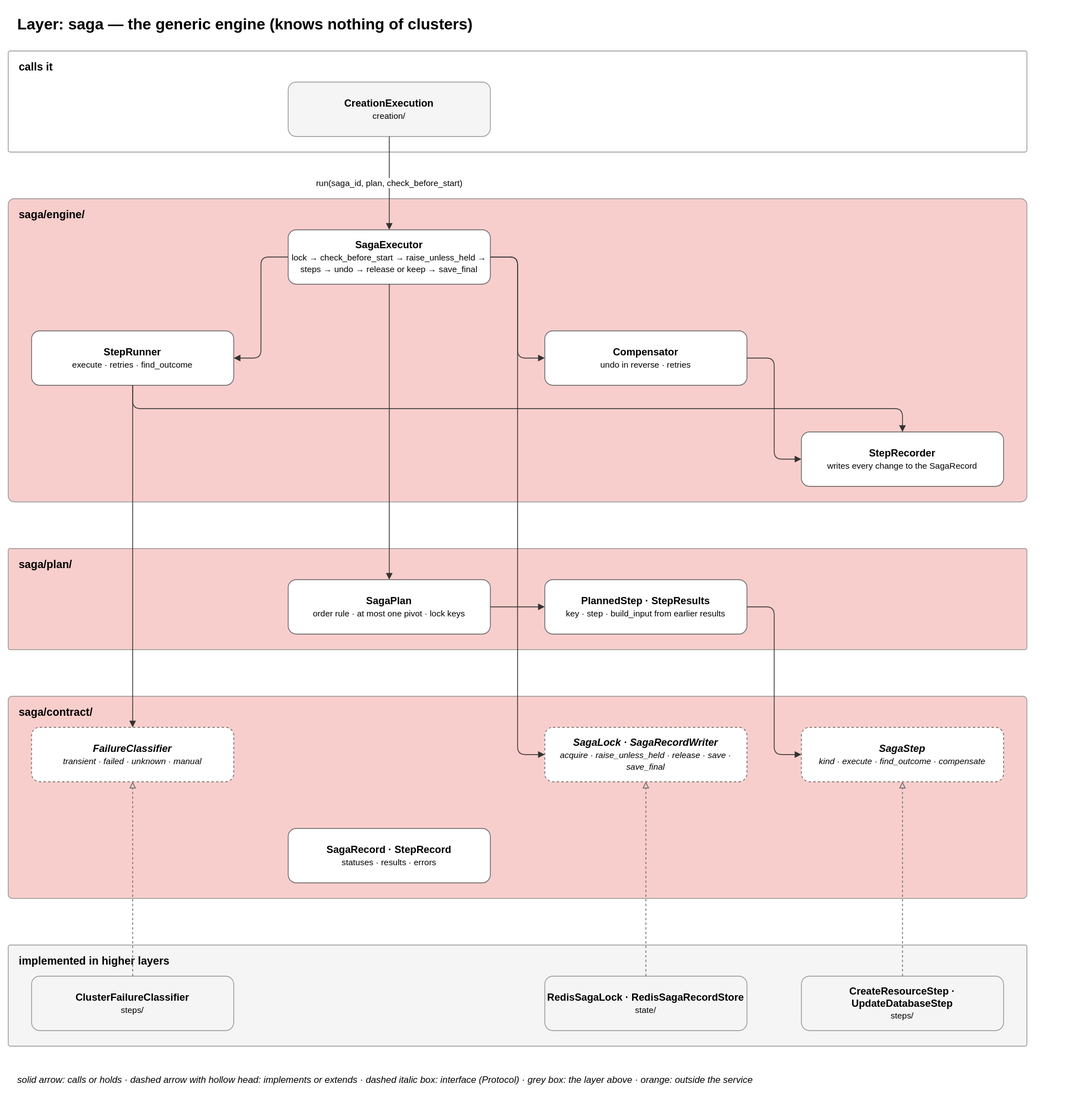
EliShteinman/redis-enterprise-services keeps this draw.io diagram as docs/diagrams/06-layer-saga.drawio.svg. Above is the earlier version. Source tidied: cells renumbered, new cells last; positions are measured from the earlier drawing's top-left corner, leaving out a move shared by most shapes.
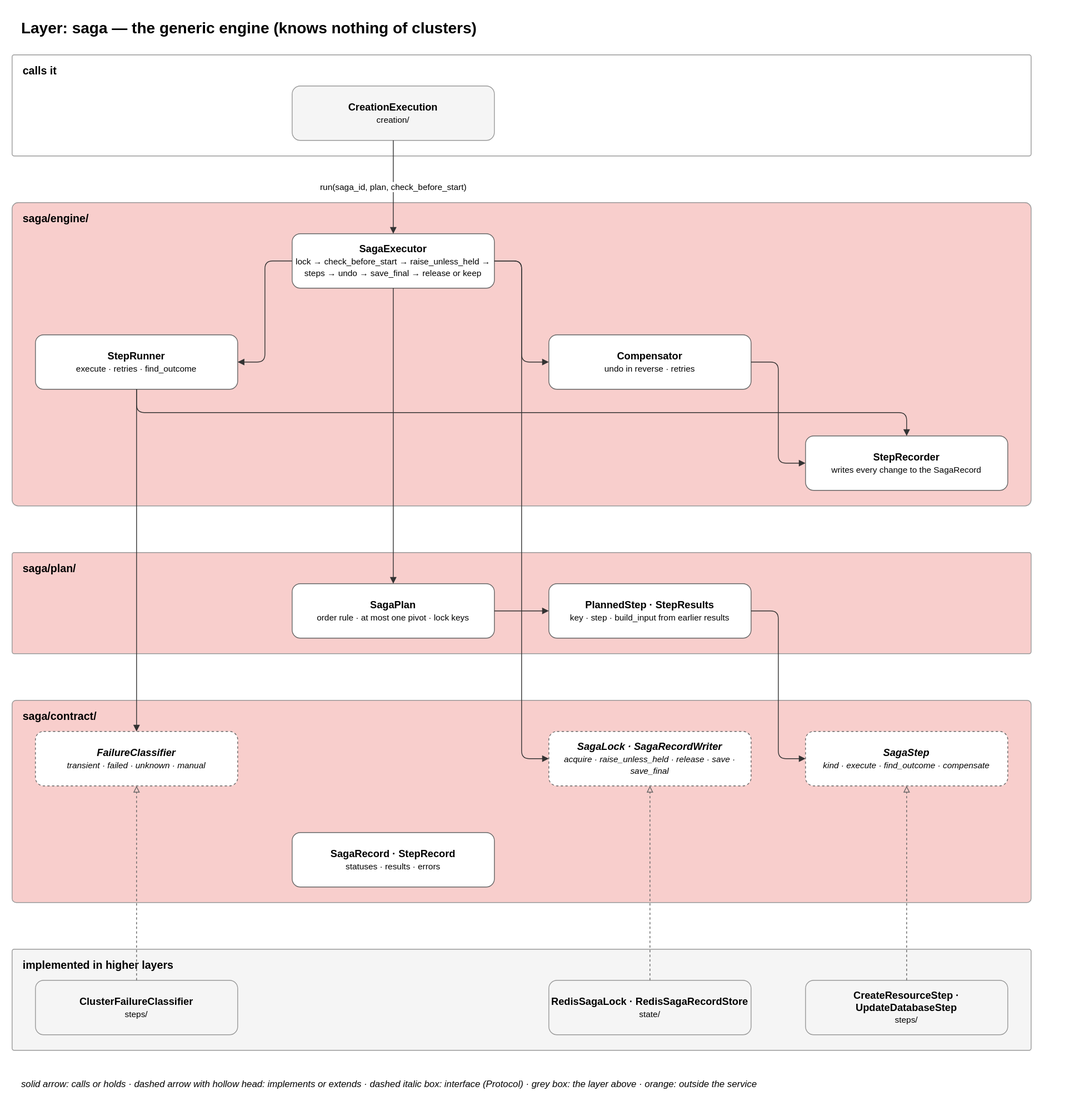
The same file after the commit.

Commit message:
docs: align lock release, sweep cases and diagrams with the code

Change to the diagram source:
```diff
@@ -14,7 +14,7 @@
     <mxCell id="5" value="&lt;b&gt;saga/engine/&lt;/b&gt;" style="rounded=1;arcSize=2;fillColor=#f8cecc;strokeColor=#999999;verticalAlign=top;align=left;spacingLeft=12;spacingTop=6;html=1;fontSize=14;" parent="1" vertex="1">
       <mxGeometry y="245" width="1310" height="390" as="geometry" />
     </mxCell>
-    <mxCell id="6" value="&lt;b&gt;SagaExecutor&lt;/b&gt;&lt;br&gt;&lt;font style='font-size:11px'&gt;lock → check_before_start → raise_unless_held → steps → undo → release or keep → save_final&lt;/font&gt;" style="rounded=1;whiteSpace=wrap;html=1;fillColor=#ffffff;strokeColor=#666666;fontSize=13;" parent="1" vertex="1">
+    <mxCell id="6" value="&lt;b&gt;SagaExecutor&lt;/b&gt;&lt;br&gt;&lt;font style='font-size:11px'&gt;lock → check_before_start → raise_unless_held → steps → undo → save_final → release or keep&lt;/font&gt;" style="rounded=1;whiteSpace=wrap;html=1;fillColor=#ffffff;strokeColor=#666666;fontSize=13;" parent="1" vertex="1">
       <mxGeometry x="360" y="285" width="260" height="70" as="geometry" />
     </mxCell>
     <mxCell id="7" value="&lt;b&gt;StepRunner&lt;/b&gt;&lt;br&gt;&lt;font style='font-size:11px'&gt;execute · retries · find_outcome&lt;/font&gt;" style="rounded=1;whiteSpace=wrap;html=1;fillColor=#ffffff;strokeColor=#666666;fontSize=13;" parent="1" vertex="1">
```
